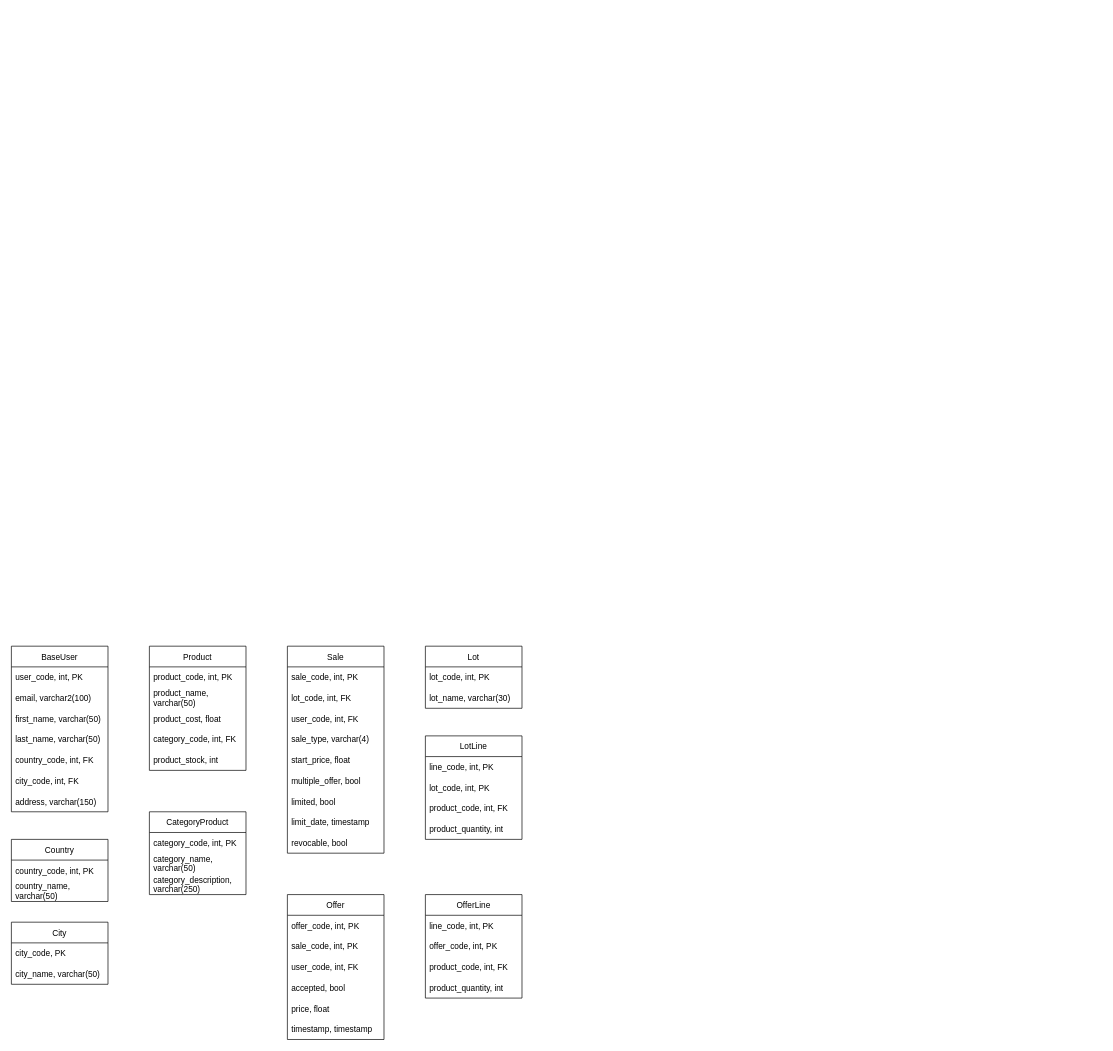
This is Schema_relationnel.drawio from s-kravtsov/DB_Project_2022, a draw.io file, before an edit. Source tidied: cells renumbered, new cells numbered last; positions are measured from the earlier drawing's top-left corner, leaving out a move shared by most shapes. Both pictures are drawn from the tidied source at 69%, with x=0, y=0 at pixel (11, 646).
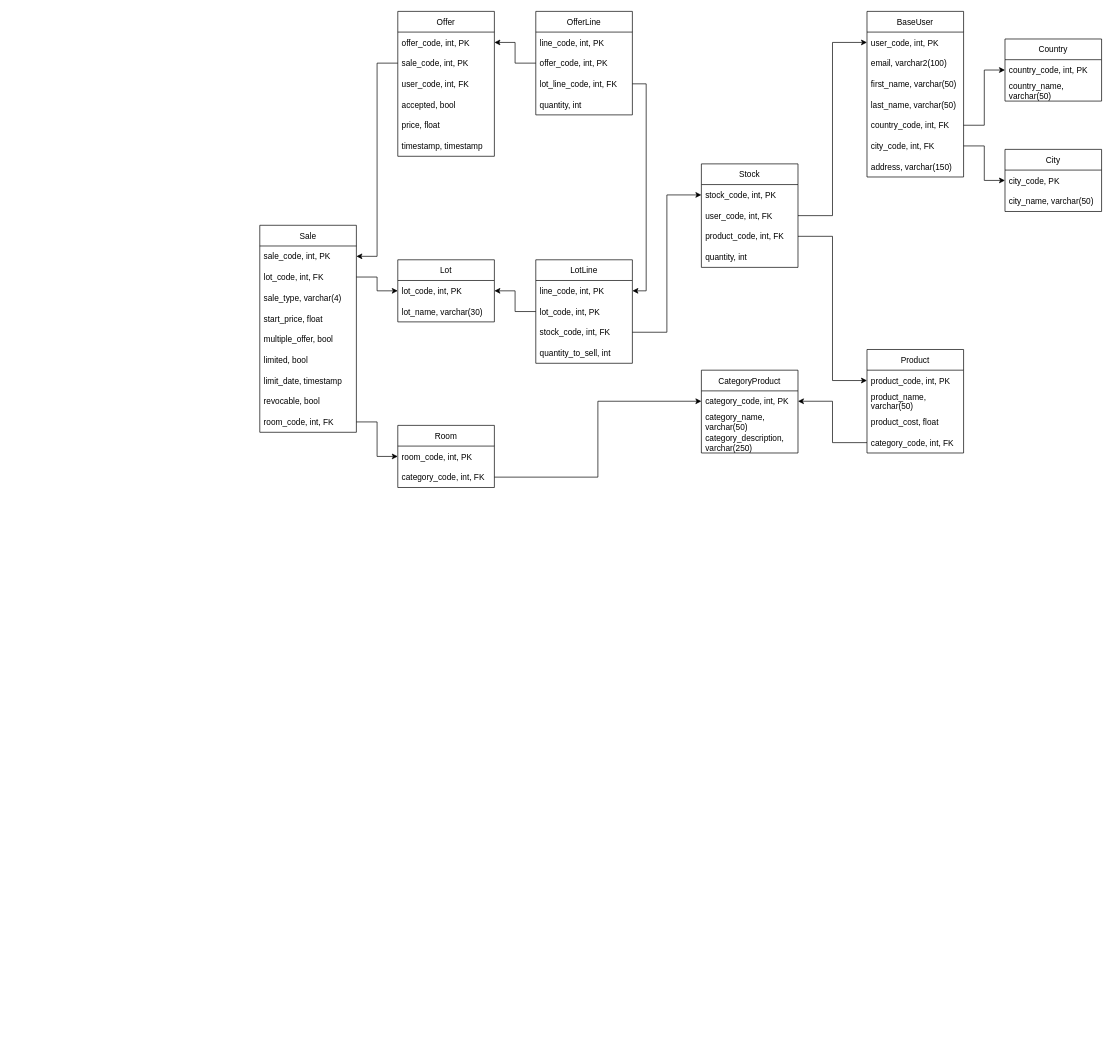
Above is the later version.

Unchanged cells that the change refers to:
```xml
<mxCell id="3" value="user_code, int, PK" style="text;strokeColor=none;fillColor=none;align=left;verticalAlign=middle;spacingLeft=4;spacingRight=4;overflow=hidden;points=[[0,0.5],[1,0.5]];portConstraint=eastwest;" parent="2" vertex="1">
  <mxGeometry y="30" width="140" height="30" as="geometry" />
</mxCell>
<mxCell id="7" value="country_code, int, FK" style="text;strokeColor=none;fillColor=none;align=left;verticalAlign=middle;spacingLeft=4;spacingRight=4;overflow=hidden;points=[[0,0.5],[1,0.5]];portConstraint=eastwest;" parent="2" vertex="1">
  <mxGeometry y="150" width="140" height="30" as="geometry" />
</mxCell>
<mxCell id="8" value="city_code, int, FK" style="text;strokeColor=none;fillColor=none;align=left;verticalAlign=middle;spacingLeft=4;spacingRight=4;overflow=hidden;points=[[0,0.5],[1,0.5]];portConstraint=eastwest;" parent="2" vertex="1">
  <mxGeometry y="180" width="140" height="30" as="geometry" />
</mxCell>
<mxCell id="11" value="product_code, int, PK" style="text;strokeColor=none;fillColor=none;align=left;verticalAlign=middle;spacingLeft=4;spacingRight=4;overflow=hidden;points=[[0,0.5],[1,0.5]];portConstraint=eastwest;" parent="10" vertex="1">
  <mxGeometry y="30" width="140" height="30" as="geometry" />
</mxCell>
<mxCell id="14" value="category_code, int, FK" style="text;strokeColor=none;fillColor=none;align=left;verticalAlign=middle;spacingLeft=4;spacingRight=4;overflow=hidden;points=[[0,0.5],[1,0.5]];portConstraint=eastwest;" parent="10" vertex="1">
  <mxGeometry y="120" width="140" height="30" as="geometry" />
</mxCell>
<mxCell id="17" value="category_code, int, PK" style="text;strokeColor=none;fillColor=none;align=left;verticalAlign=middle;spacingLeft=4;spacingRight=4;overflow=hidden;points=[[0,0.5],[1,0.5]];portConstraint=eastwest;" parent="16" vertex="1">
  <mxGeometry y="30" width="140" height="30" as="geometry" />
</mxCell>
<mxCell id="21" value="country_code, int, PK" style="text;strokeColor=none;fillColor=none;align=left;verticalAlign=middle;spacingLeft=4;spacingRight=4;overflow=hidden;points=[[0,0.5],[1,0.5]];portConstraint=eastwest;" parent="20" vertex="1">
  <mxGeometry y="30" width="140" height="30" as="geometry" />
</mxCell>
<mxCell id="24" value="city_code, PK" style="text;strokeColor=none;fillColor=none;align=left;verticalAlign=middle;spacingLeft=4;spacingRight=4;overflow=hidden;points=[[0,0.5],[1,0.5]];portConstraint=eastwest;" parent="23" vertex="1">
  <mxGeometry y="30" width="140" height="30" as="geometry" />
</mxCell>
<mxCell id="27" value="sale_code, int, PK" style="text;strokeColor=none;fillColor=none;align=left;verticalAlign=middle;spacingLeft=4;spacingRight=4;overflow=hidden;points=[[0,0.5],[1,0.5]];portConstraint=eastwest;" parent="26" vertex="1">
  <mxGeometry y="30" width="140" height="30" as="geometry" />
</mxCell>
<mxCell id="28" value="lot_code, int, FK" style="text;strokeColor=none;fillColor=none;align=left;verticalAlign=middle;spacingLeft=4;spacingRight=4;overflow=hidden;points=[[0,0.5],[1,0.5]];portConstraint=eastwest;" parent="26" vertex="1">
  <mxGeometry y="60" width="140" height="30" as="geometry" />
</mxCell>
<mxCell id="37" value="offer_code, int, PK" style="text;strokeColor=none;fillColor=none;align=left;verticalAlign=middle;spacingLeft=4;spacingRight=4;overflow=hidden;points=[[0,0.5],[1,0.5]];portConstraint=eastwest;" parent="36" vertex="1">
  <mxGeometry y="30" width="140" height="30" as="geometry" />
</mxCell>
<mxCell id="38" value="sale_code, int, PK" style="text;strokeColor=none;fillColor=none;align=left;verticalAlign=middle;spacingLeft=4;spacingRight=4;overflow=hidden;points=[[0,0.5],[1,0.5]];portConstraint=eastwest;" parent="36" vertex="1">
  <mxGeometry y="60" width="140" height="30" as="geometry" />
</mxCell>
<mxCell id="44" value="lot_code, int, PK" style="text;strokeColor=none;fillColor=none;align=left;verticalAlign=middle;spacingLeft=4;spacingRight=4;overflow=hidden;points=[[0,0.5],[1,0.5]];portConstraint=eastwest;" parent="43" vertex="1">
  <mxGeometry y="30" width="140" height="30" as="geometry" />
</mxCell>
<mxCell id="47" value="line_code, int, PK" style="text;strokeColor=none;fillColor=none;align=left;verticalAlign=middle;spacingLeft=4;spacingRight=4;overflow=hidden;points=[[0,0.5],[1,0.5]];portConstraint=eastwest;" parent="46" vertex="1">
  <mxGeometry y="30" width="140" height="30" as="geometry" />
</mxCell>
<mxCell id="48" value="lot_code, int, PK" style="text;strokeColor=none;fillColor=none;align=left;verticalAlign=middle;spacingLeft=4;spacingRight=4;overflow=hidden;points=[[0,0.5],[1,0.5]];portConstraint=eastwest;" parent="46" vertex="1">
  <mxGeometry y="60" width="140" height="30" as="geometry" />
</mxCell>
<mxCell id="53" value="offer_code, int, PK" style="text;strokeColor=none;fillColor=none;align=left;verticalAlign=middle;spacingLeft=4;spacingRight=4;overflow=hidden;points=[[0,0.5],[1,0.5]];portConstraint=eastwest;" parent="51" vertex="1">
  <mxGeometry y="60" width="140" height="30" as="geometry" />
</mxCell>
```

Diff of the diagram source:
```diff
@@
     <mxCell id="2" value="BaseUser" style="swimlane;fontStyle=0;horizontal=1;startSize=30;" parent="1" vertex="1">
-      <mxGeometry width="140" height="240" as="geometry" />
+      <mxGeometry x="1240" y="-920" width="140" height="240" as="geometry" />
     </mxCell>
@@
     <mxCell id="10" value="Product" style="swimlane;fontStyle=0;horizontal=1;startSize=30;" parent="1" vertex="1">
-      <mxGeometry x="200" width="140" height="180" as="geometry" />
+      <mxGeometry x="1240" y="-430" width="140" height="150" as="geometry" />
     </mxCell>
@@
-    <mxCell id="15" value="product_stock, int" style="text;strokeColor=none;fillColor=none;align=left;verticalAlign=middle;spacingLeft=4;spacingRight=4;overflow=hidden;" parent="10" vertex="1">
-      <mxGeometry y="150" width="140" height="30" as="geometry" />
-    </mxCell>
     <mxCell id="16" value="CategoryProduct" style="swimlane;fontStyle=0;horizontal=1;startSize=30;" parent="1" vertex="1">
-      <mxGeometry x="200" y="240" width="140" height="120" as="geometry" />
+      <mxGeometry x="1000" y="-400" width="140" height="120" as="geometry" />
     </mxCell>
@@
     <mxCell id="20" value="Country" style="swimlane;fontStyle=0;horizontal=1;startSize=30;" parent="1" vertex="1">
-      <mxGeometry y="280" width="140" height="90" as="geometry" />
+      <mxGeometry x="1440" y="-880" width="140" height="90" as="geometry" />
     </mxCell>
@@
     <mxCell id="23" value="City" style="swimlane;fontStyle=0;horizontal=1;startSize=30;" parent="1" vertex="1">
-      <mxGeometry y="400" width="140" height="90" as="geometry" />
+      <mxGeometry x="1440" y="-720" width="140" height="90" as="geometry" />
     </mxCell>
@@
     <mxCell id="26" value="Sale" style="swimlane;fontStyle=0;horizontal=1;startSize=30;" parent="1" vertex="1">
-      <mxGeometry x="400" width="140" height="300" as="geometry" />
+      <mxGeometry x="360" y="-610" width="140" height="300" as="geometry" />
     </mxCell>
@@
-    <mxCell id="29" value="user_code, int, FK" style="text;strokeColor=none;fillColor=none;align=left;verticalAlign=middle;spacingLeft=4;spacingRight=4;overflow=hidden;points=[[0,0.5],[1,0.5]];portConstraint=eastwest;" parent="26" vertex="1">
-      <mxGeometry y="90" width="140" height="30" as="geometry" />
-    </mxCell>
     <mxCell id="30" value="sale_type, varchar(4)" style="text;strokeColor=none;fillColor=none;align=left;verticalAlign=middle;spacingLeft=4;spacingRight=4;overflow=hidden;" parent="26" vertex="1">
-      <mxGeometry y="120" width="140" height="30" as="geometry" />
+      <mxGeometry y="90" width="140" height="30" as="geometry" />
     </mxCell>
     <mxCell id="31" value="start_price, float" style="text;strokeColor=none;fillColor=none;align=left;verticalAlign=middle;spacingLeft=4;spacingRight=4;overflow=hidden;" parent="26" vertex="1">
-      <mxGeometry y="150" width="140" height="30" as="geometry" />
+      <mxGeometry y="120" width="140" height="30" as="geometry" />
     </mxCell>
     <mxCell id="32" value="multiple_offer, bool" style="text;strokeColor=none;fillColor=none;align=left;verticalAlign=middle;spacingLeft=4;spacingRight=4;overflow=hidden;" parent="26" vertex="1">
-      <mxGeometry y="180" width="140" height="30" as="geometry" />
+      <mxGeometry y="150" width="140" height="30" as="geometry" />
     </mxCell>
     <mxCell id="33" value="limited, bool" style="text;strokeColor=none;fillColor=none;align=left;verticalAlign=middle;spacingLeft=4;spacingRight=4;overflow=hidden;" parent="26" vertex="1">
-      <mxGeometry y="210" width="140" height="30" as="geometry" />
+      <mxGeometry y="180" width="140" height="30" as="geometry" />
     </mxCell>
     <mxCell id="34" value="limit_date, timestamp" style="text;strokeColor=none;fillColor=none;align=left;verticalAlign=middle;spacingLeft=4;spacingRight=4;overflow=hidden;" parent="26" vertex="1">
-      <mxGeometry y="240" width="140" height="30" as="geometry" />
+      <mxGeometry y="210" width="140" height="30" as="geometry" />
     </mxCell>
     <mxCell id="35" value="revocable, bool" style="text;strokeColor=none;fillColor=none;align=left;verticalAlign=middle;spacingLeft=4;spacingRight=4;overflow=hidden;" parent="26" vertex="1">
-      <mxGeometry y="270" width="140" height="30" as="geometry" />
+      <mxGeometry y="240" width="140" height="30" as="geometry" />
     </mxCell>
+    <mxCell id="56" value="room_code, int, FK" style="text;strokeColor=none;fillColor=none;align=left;verticalAlign=middle;spacingLeft=4;spacingRight=4;overflow=hidden;points=[[0,0.5],[1,0.5]];portConstraint=eastwest;" parent="26" vertex="1">
+      <mxGeometry y="270" width="140" height="30" as="geometry" />
+    </mxCell>
     <mxCell id="36" value="Offer" style="swimlane;fontStyle=0;horizontal=1;startSize=30;" parent="1" vertex="1">
-      <mxGeometry x="400" y="360" width="140" height="210" as="geometry" />
+      <mxGeometry x="560" y="-920" width="140" height="210" as="geometry" />
     </mxCell>
@@
     <mxCell id="43" value="Lot" style="swimlane;fontStyle=0;horizontal=1;startSize=30;" parent="1" vertex="1">
-      <mxGeometry x="600" width="140" height="90" as="geometry" />
+      <mxGeometry x="560" y="-560" width="140" height="90" as="geometry" />
     </mxCell>
@@
     <mxCell id="46" value="LotLine" style="swimlane;fontStyle=0;horizontal=1;startSize=30;" parent="1" vertex="1">
-      <mxGeometry x="600" y="130" width="140" height="150" as="geometry" />
+      <mxGeometry x="760" y="-560" width="140" height="150" as="geometry" />
     </mxCell>
@@
-    <mxCell id="49" value="product_code, int, FK" style="text;strokeColor=none;fillColor=none;align=left;verticalAlign=middle;spacingLeft=4;spacingRight=4;overflow=hidden;points=[[0,0.5],[1,0.5]];portConstraint=eastwest;" parent="46" vertex="1">
+    <mxCell id="49" value="stock_code, int, FK" style="text;strokeColor=none;fillColor=none;align=left;verticalAlign=middle;spacingLeft=4;spacingRight=4;overflow=hidden;points=[[0,0.5],[1,0.5]];portConstraint=eastwest;" parent="46" vertex="1">
       <mxGeometry y="90" width="140" height="30" as="geometry" />
     </mxCell>
-    <mxCell id="50" value="product_quantity, int" style="text;strokeColor=none;fillColor=none;align=left;verticalAlign=middle;spacingLeft=4;spacingRight=4;overflow=hidden;" parent="46" vertex="1">
-      <mxGeometry y="120" width="140" height="30" as="geometry" />
-    </mxCell>
+    <mxCell id="57" value="quantity_to_sell, int" style="text;strokeColor=none;fillColor=none;align=left;verticalAlign=middle;spacingLeft=4;spacingRight=4;overflow=hidden;" parent="46" vertex="1">
+      <mxGeometry y="120" width="140" height="30" as="geometry" />
+    </mxCell>
     <mxCell id="51" value="OfferLine" style="swimlane;fontStyle=0;horizontal=1;startSize=30;" parent="1" vertex="1">
-      <mxGeometry x="600" y="360" width="140" height="150" as="geometry" />
+      <mxGeometry x="760" y="-920" width="140" height="150" as="geometry" />
     </mxCell>
@@
+    <mxCell id="58" value="lot_line_code, int, FK" style="text;strokeColor=none;fillColor=none;align=left;verticalAlign=middle;spacingLeft=4;spacingRight=4;overflow=hidden;points=[[0,0.5],[1,0.5]];portConstraint=eastwest;" parent="51" vertex="1">
+      <mxGeometry y="90" width="140" height="30" as="geometry" />
+    </mxCell>
+    <mxCell id="55" value="quantity, int" style="text;strokeColor=none;fillColor=none;align=left;verticalAlign=middle;spacingLeft=4;spacingRight=4;overflow=hidden;" parent="51" vertex="1">
+      <mxGeometry y="120" width="140" height="30" as="geometry" />
+    </mxCell>
+    <mxCell id="59" value="Room" style="swimlane;fontStyle=0;horizontal=1;startSize=30;" parent="1" vertex="1">
+      <mxGeometry x="560" y="-320" width="140" height="90" as="geometry" />
+    </mxCell>
+    <mxCell id="60" value="room_code, int, PK" style="text;strokeColor=none;fillColor=none;align=left;verticalAlign=middle;spacingLeft=4;spacingRight=4;overflow=hidden;points=[[0,0.5],[1,0.5]];portConstraint=eastwest;" parent="59" vertex="1">
+      <mxGeometry y="30" width="140" height="30" as="geometry" />
+    </mxCell>
+    <mxCell id="61" value="category_code, int, FK" style="text;strokeColor=none;fillColor=none;align=left;verticalAlign=middle;spacingLeft=4;spacingRight=4;overflow=hidden;points=[[0,0.5],[1,0.5]];portConstraint=eastwest;" parent="59" vertex="1">
+      <mxGeometry y="60" width="140" height="30" as="geometry" />
+    </mxCell>
+    <mxCell id="62" style="edgeStyle=orthogonalEdgeStyle;rounded=0;jettySize=auto;html=1;exitX=1;exitY=0.5;exitDx=0;exitDy=0;entryX=0;entryY=0.5;entryDx=0;entryDy=0;" parent="1" edge="1" source="56" target="60">
+      <mxGeometry relative="1" as="geometry" />
+    </mxCell>
+    <mxCell id="63" style="edgeStyle=orthogonalEdgeStyle;rounded=0;jettySize=auto;html=1;exitX=0;exitY=0.5;exitDx=0;exitDy=0;entryX=1;entryY=0.5;entryDx=0;entryDy=0;" parent="1" edge="1" source="38" target="27">
+      <mxGeometry relative="1" as="geometry" />
+    </mxCell>
+    <mxCell id="64" style="edgeStyle=orthogonalEdgeStyle;rounded=0;jettySize=auto;html=1;exitX=0;exitY=0.5;exitDx=0;exitDy=0;entryX=1;entryY=0.5;entryDx=0;entryDy=0;" parent="1" edge="1" source="53" target="37">
+      <mxGeometry relative="1" as="geometry" />
+    </mxCell>
+    <mxCell id="65" style="edgeStyle=orthogonalEdgeStyle;rounded=0;jettySize=auto;html=1;exitX=0;exitY=0.5;exitDx=0;exitDy=0;entryX=1;entryY=0.5;entryDx=0;entryDy=0;" parent="1" edge="1" source="48" target="44">
+      <mxGeometry relative="1" as="geometry" />
+    </mxCell>
+    <mxCell id="66" style="edgeStyle=orthogonalEdgeStyle;rounded=0;jettySize=auto;html=1;exitX=1;exitY=0.5;exitDx=0;exitDy=0;entryX=0;entryY=0.5;entryDx=0;entryDy=0;" parent="1" edge="1" source="28" target="44">
+      <mxGeometry relative="1" as="geometry" />
+    </mxCell>
+    <mxCell id="67" style="edgeStyle=orthogonalEdgeStyle;rounded=0;jettySize=auto;html=1;exitX=1;exitY=0.5;exitDx=0;exitDy=0;entryX=0;entryY=0.5;entryDx=0;entryDy=0;" parent="1" edge="1" source="61" target="17">
+      <mxGeometry relative="1" as="geometry" />
+    </mxCell>
+    <mxCell id="68" value="Stock" style="swimlane;fontStyle=0;horizontal=1;startSize=30;" parent="1" vertex="1">
+      <mxGeometry x="1000" y="-699" width="140" height="150" as="geometry" />
+    </mxCell>
+    <mxCell id="69" value="stock_code, int, PK" style="text;strokeColor=none;fillColor=none;align=left;verticalAlign=middle;spacingLeft=4;spacingRight=4;overflow=hidden;points=[[0,0.5],[1,0.5]];portConstraint=eastwest;" parent="68" vertex="1">
+      <mxGeometry y="30" width="140" height="30" as="geometry" />
+    </mxCell>
+    <mxCell id="29" value="user_code, int, FK" style="text;strokeColor=none;fillColor=none;align=left;verticalAlign=middle;spacingLeft=4;spacingRight=4;overflow=hidden;points=[[0,0.5],[1,0.5]];portConstraint=eastwest;" parent="68" vertex="1">
+      <mxGeometry y="60" width="140" height="30" as="geometry" />
+    </mxCell>
-    <mxCell id="54" value="product_code, int, FK" style="text;strokeColor=none;fillColor=none;align=left;verticalAlign=middle;spacingLeft=4;spacingRight=4;overflow=hidden;points=[[0,0.5],[1,0.5]];portConstraint=eastwest;" parent="51" vertex="1">
+    <mxCell id="54" value="product_code, int, FK" style="text;strokeColor=none;fillColor=none;align=left;verticalAlign=middle;spacingLeft=4;spacingRight=4;overflow=hidden;points=[[0,0.5],[1,0.5]];portConstraint=eastwest;" parent="68" vertex="1">
       <mxGeometry y="90" width="140" height="30" as="geometry" />
     </mxCell>
-    <mxCell id="55" value="product_quantity, int" style="text;strokeColor=none;fillColor=none;align=left;verticalAlign=middle;spacingLeft=4;spacingRight=4;overflow=hidden;" parent="51" vertex="1">
-      <mxGeometry y="120" width="140" height="30" as="geometry" />
-    </mxCell>
+    <mxCell id="70" value="quantity, int" style="text;strokeColor=none;fillColor=none;align=left;verticalAlign=middle;spacingLeft=4;spacingRight=4;overflow=hidden;" parent="68" vertex="1">
+      <mxGeometry y="120" width="140" height="30" as="geometry" />
+    </mxCell>
+    <mxCell id="71" style="edgeStyle=orthogonalEdgeStyle;rounded=0;jettySize=auto;html=1;exitX=1;exitY=0.5;exitDx=0;exitDy=0;entryX=1;entryY=0.5;entryDx=0;entryDy=0;" parent="1" edge="1" source="58" target="47">
+      <mxGeometry relative="1" as="geometry" />
+    </mxCell>
+    <mxCell id="72" style="edgeStyle=orthogonalEdgeStyle;rounded=0;jettySize=auto;html=1;exitX=1;exitY=0.5;exitDx=0;exitDy=0;entryX=0;entryY=0.5;entryDx=0;entryDy=0;" parent="1" edge="1" source="49" target="69">
+      <mxGeometry relative="1" as="geometry" />
+    </mxCell>
+    <mxCell id="73" style="edgeStyle=orthogonalEdgeStyle;rounded=0;jettySize=auto;html=1;exitX=1;exitY=0.5;exitDx=0;exitDy=0;entryX=0;entryY=0.5;entryDx=0;entryDy=0;" parent="1" edge="1" source="54" target="11">
+      <mxGeometry relative="1" as="geometry" />
+    </mxCell>
+    <mxCell id="74" style="edgeStyle=orthogonalEdgeStyle;rounded=0;jettySize=auto;html=1;exitX=0;exitY=0.5;exitDx=0;exitDy=0;entryX=1;entryY=0.5;entryDx=0;entryDy=0;" parent="1" edge="1" source="14" target="17">
+      <mxGeometry relative="1" as="geometry" />
+    </mxCell>
+    <mxCell id="75" style="edgeStyle=orthogonalEdgeStyle;rounded=0;jettySize=auto;html=1;exitX=1;exitY=0.5;exitDx=0;exitDy=0;entryX=0;entryY=0.5;entryDx=0;entryDy=0;" parent="1" edge="1" source="29" target="3">
+      <mxGeometry relative="1" as="geometry" />
+    </mxCell>
+    <mxCell id="76" style="edgeStyle=orthogonalEdgeStyle;rounded=0;jettySize=auto;html=1;exitX=1;exitY=0.5;exitDx=0;exitDy=0;entryX=0;entryY=0.5;entryDx=0;entryDy=0;" parent="1" edge="1" source="7" target="21">
+      <mxGeometry relative="1" as="geometry" />
+    </mxCell>
+    <mxCell id="77" style="edgeStyle=orthogonalEdgeStyle;rounded=0;jettySize=auto;html=1;exitX=1;exitY=0.5;exitDx=0;exitDy=0;entryX=0;entryY=0.5;entryDx=0;entryDy=0;" parent="1" edge="1" source="8" target="24">
+      <mxGeometry relative="1" as="geometry" />
+    </mxCell>
```
